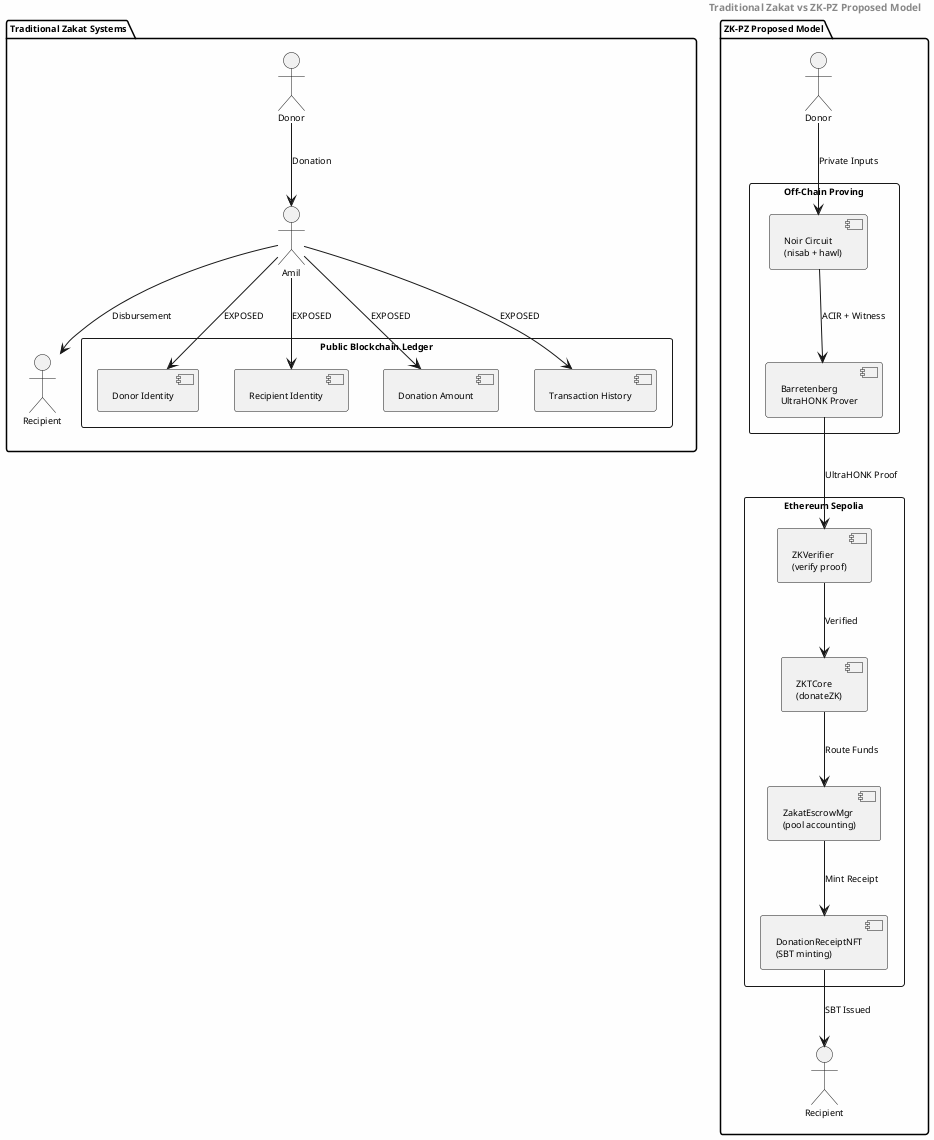
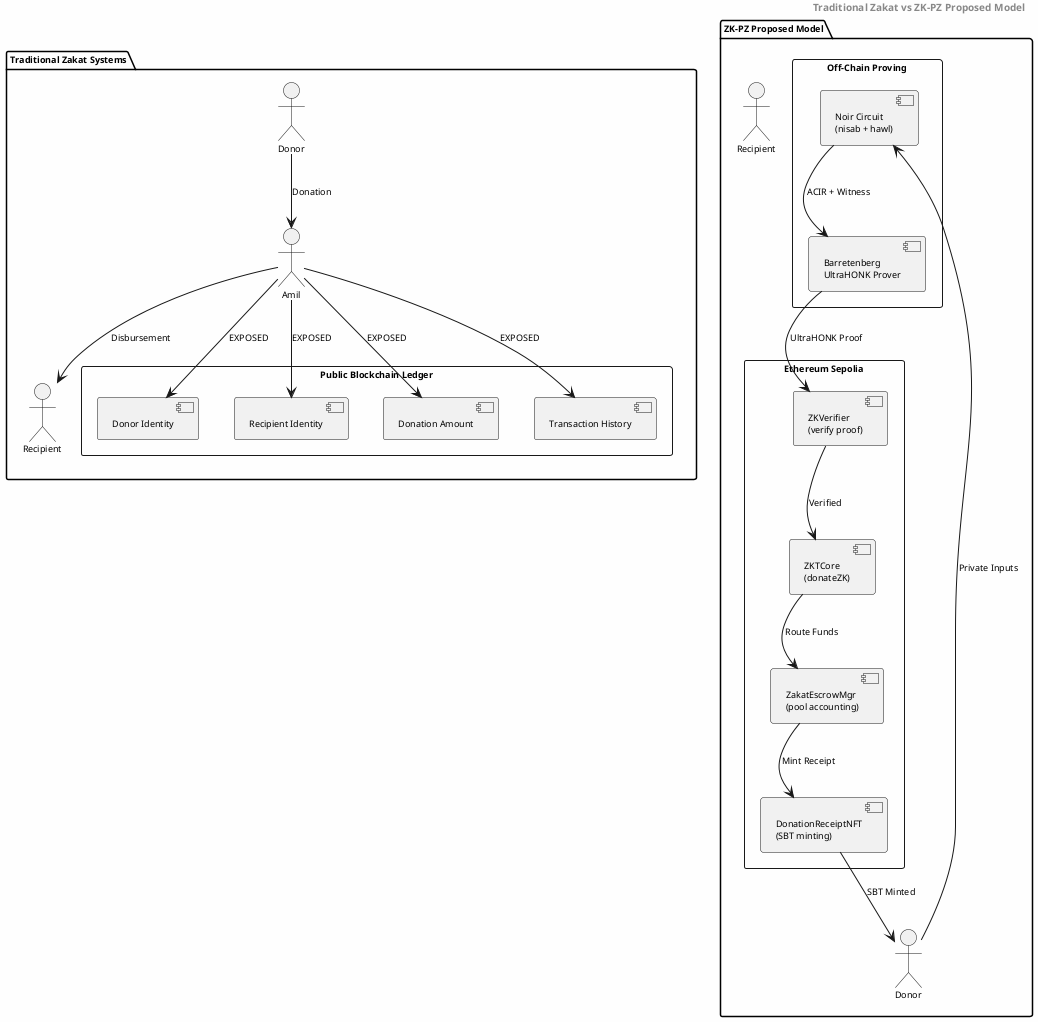
@startuml
skinparam backgroundColor #FEFEFE
skinparam shadowing false
skinparam defaultFontName Arial
skinparam defaultFontSize 9
skinparam packagePadding 2
skinparam nodePadding 2

header <b>Traditional Zakat vs ZK-PZ Proposed Model</b>

package "Traditional Zakat Systems" {
  actor Donor_T as "Donor"
  actor Amil_T as "Amil"
  actor Recipient_T as "Recipient"

  rectangle "Public Blockchain Ledger" {
    component DonorID as "Donor Identity"
    component RecipientID as "Recipient Identity"
    component Amount as "Donation Amount"
    component History as "Transaction History"
  }

  Donor_T --> Amil_T : Donation
  Amil_T --> Recipient_T : Disbursement
  Amil_T --> DonorID : EXPOSED
  Amil_T --> RecipientID : EXPOSED
  Amil_T --> Amount : EXPOSED
  Amil_T --> History : EXPOSED
}

package "ZK-PZ Proposed Model" {
  actor Donor_Z as "Donor"
  actor Recipient_Z as "Recipient"

  rectangle "Off-Chain Proving" as Proving {
    component NoirCircuit as "Noir Circuit\n(nisab + hawl)"
    component BBProver as "Barretenberg\nUltraHONK Prover"
  }

  rectangle "Ethereum Sepolia" as Sepolia {
    component ZKVerifier as "ZKVerifier\n(verify proof)"
    component ZKTCore as "ZKTCore\n(donateZK)"
    component Escrow as "ZakatEscrowMgr\n(pool accounting)"
    component ReceiptNFT as "DonationReceiptNFT\n(SBT minting)"
  }

  Donor_Z --> NoirCircuit : Private Inputs
  NoirCircuit --> BBProver : ACIR + Witness
  BBProver --> ZKVerifier : UltraHONK Proof
  ZKVerifier --> ZKTCore : Verified
  ZKTCore --> Escrow : Route Funds
  Escrow --> ReceiptNFT : Mint Receipt
-   ReceiptNFT --> Recipient_Z : SBT Issued
+   ReceiptNFT --> Donor_Z : SBT Minted
}

@enduml
